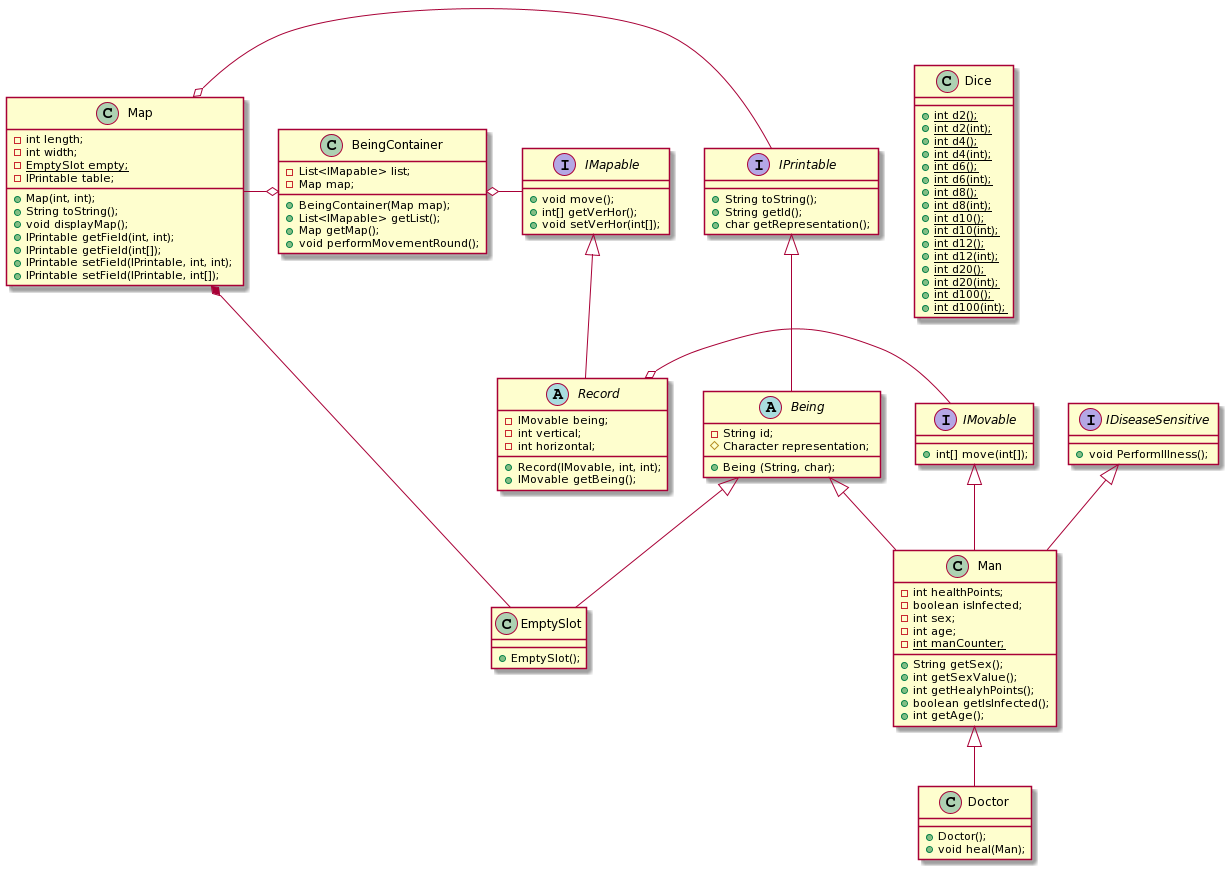
Above: class_diagram/class_diagram.png in karolWazny/plague-repo (PlantUML), before the change.
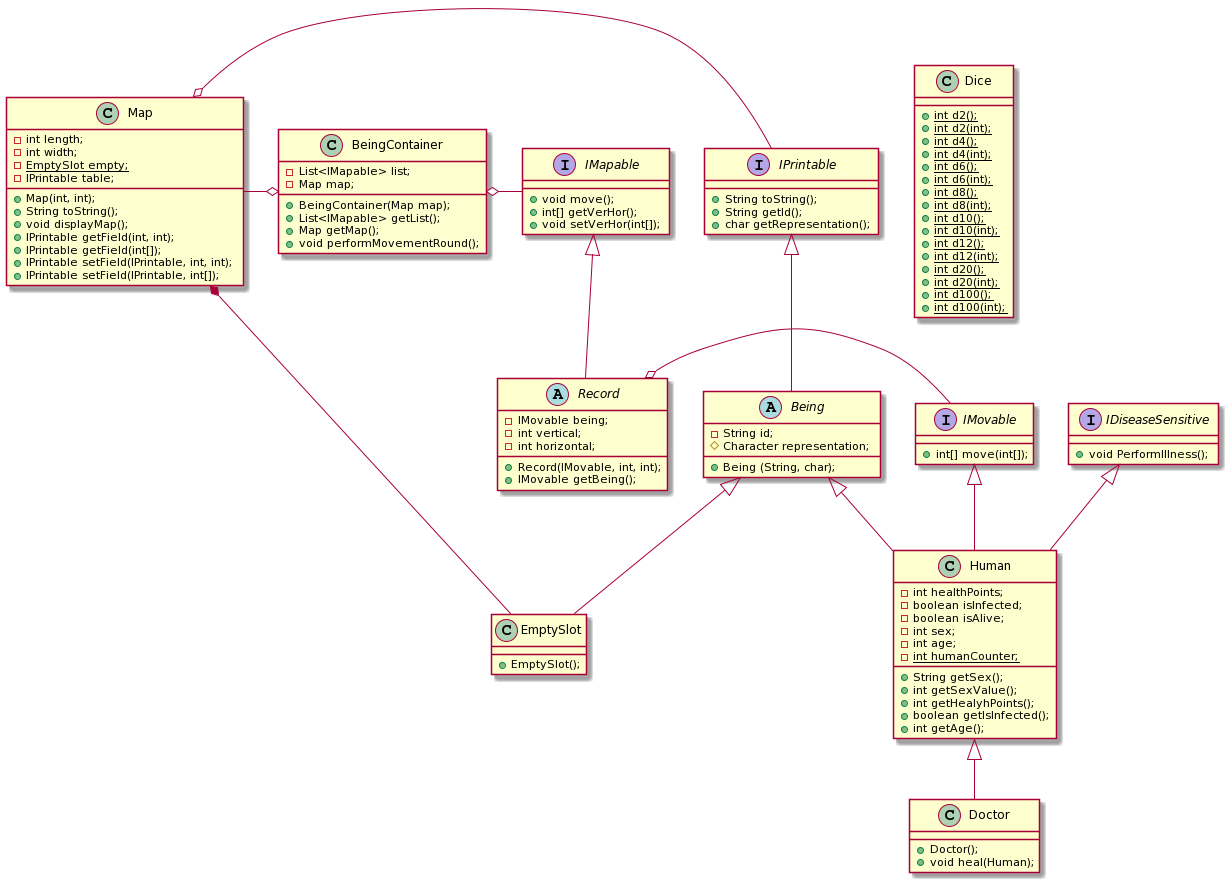
After the change.

Commit message:
Poprawiony diagram klas

The edit, as a diff of the source:
```diff
@@ -69,13 +69,14 @@
 + int[] move(int[]);
 }
 
-class Man
+class Human
 {
 - int healthPoints;
 - boolean isInfected;
+- boolean isAlive;
 - int sex;
 -  int age;
-- {static} int manCounter;
+- {static} int humanCounter;
 + String getSex();
 + int getSexValue();
 + int getHealyhPoints();
@@ -106,7 +107,7 @@
 class Doctor
 {
 + Doctor();
-+ void heal(Man);
++ void heal(Human);
 }
 
 Map o- IPrintable
@@ -114,11 +115,11 @@
 Being <|-- EmptySlot
 IMapable <|-- Record
 BeingContainer o- IMapable
-Being <|-- Man
-IMovable <|-- Man
-IDiseaseSensitive <|-- Man
+Being <|-- Human
+IMovable <|-- Human
+IDiseaseSensitive <|-- Human
 IMovable -o Record
 Map *- EmptySlot
 Map -o BeingContainer
-Man <|-- Doctor
+Human <|-- Doctor
 @enduml
```
